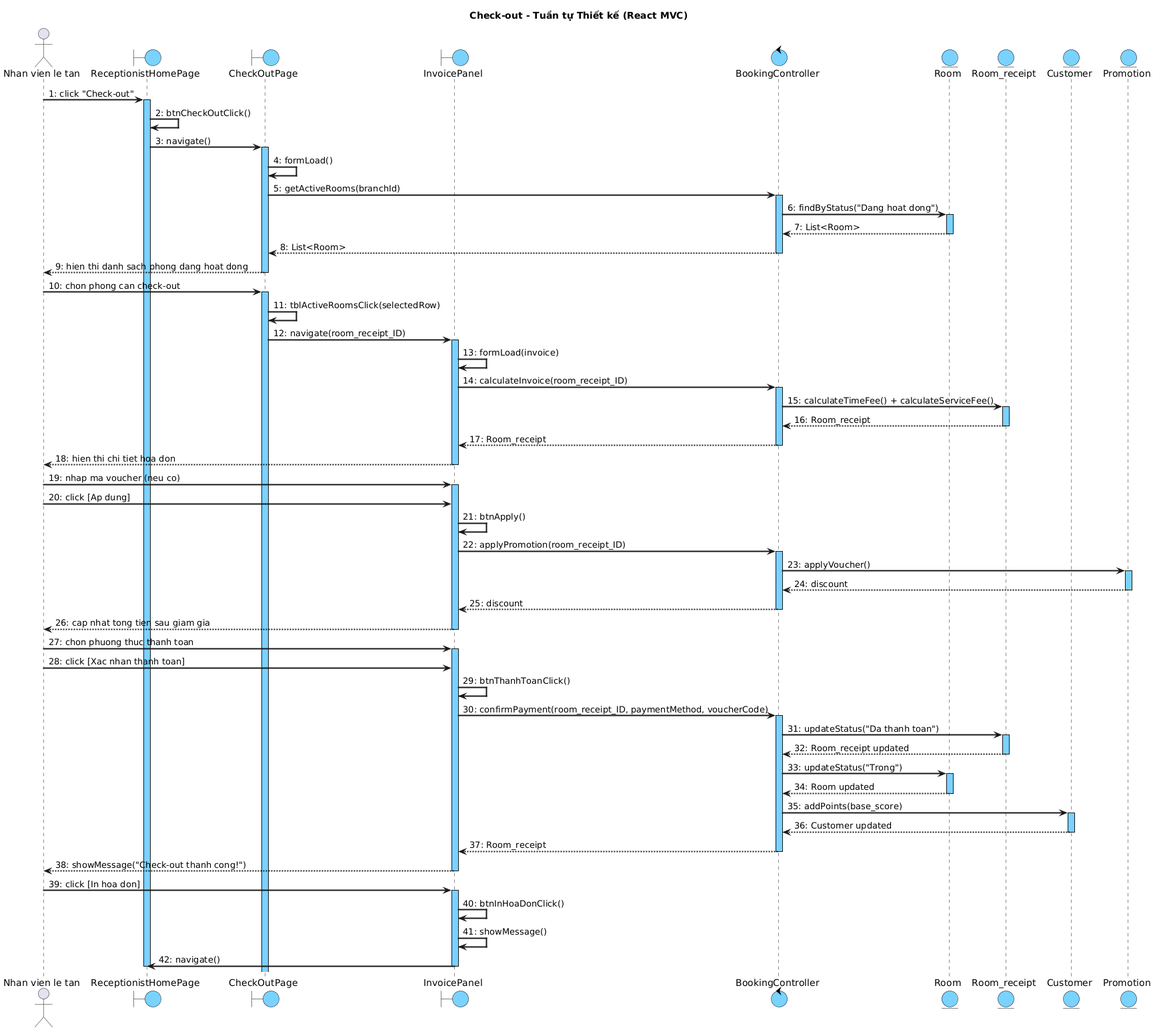
Before: output/diagrams/booking_seq_3.png, a diagram exported from PlantUML (thanhtrnnn/cnpm).
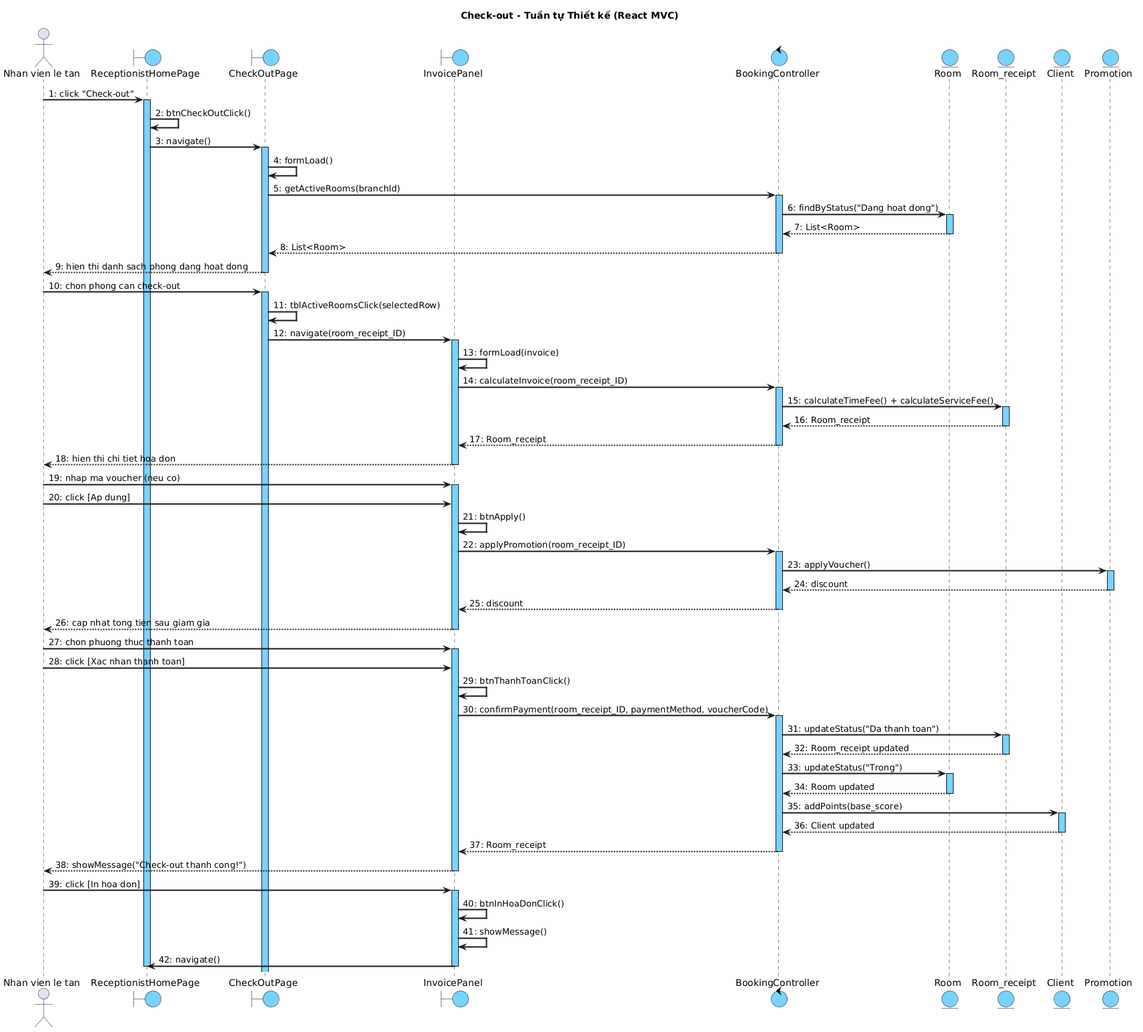
Above is the later version.

Change to the diagram source:
```diff
@@ -21,7 +21,7 @@
 control "BookingController" as Ctrl
 entity "Room" as Room
 entity "Room_receipt" as RR
-entity "Customer" as Cust
+entity "Client" as Cust
 entity "Promotion" as Promo
 
 NV -> Home : 1: click "Check-out"
@@ -89,7 +89,7 @@
 deactivate Room
 Ctrl -> Cust : 35: addPoints(base_score)
 activate Cust
-Cust --> Ctrl : 36: Customer updated
+Cust --> Ctrl : 36: Client updated
 deactivate Cust
 Ctrl --> IP : 37: Room_receipt
 deactivate Ctrl
```
